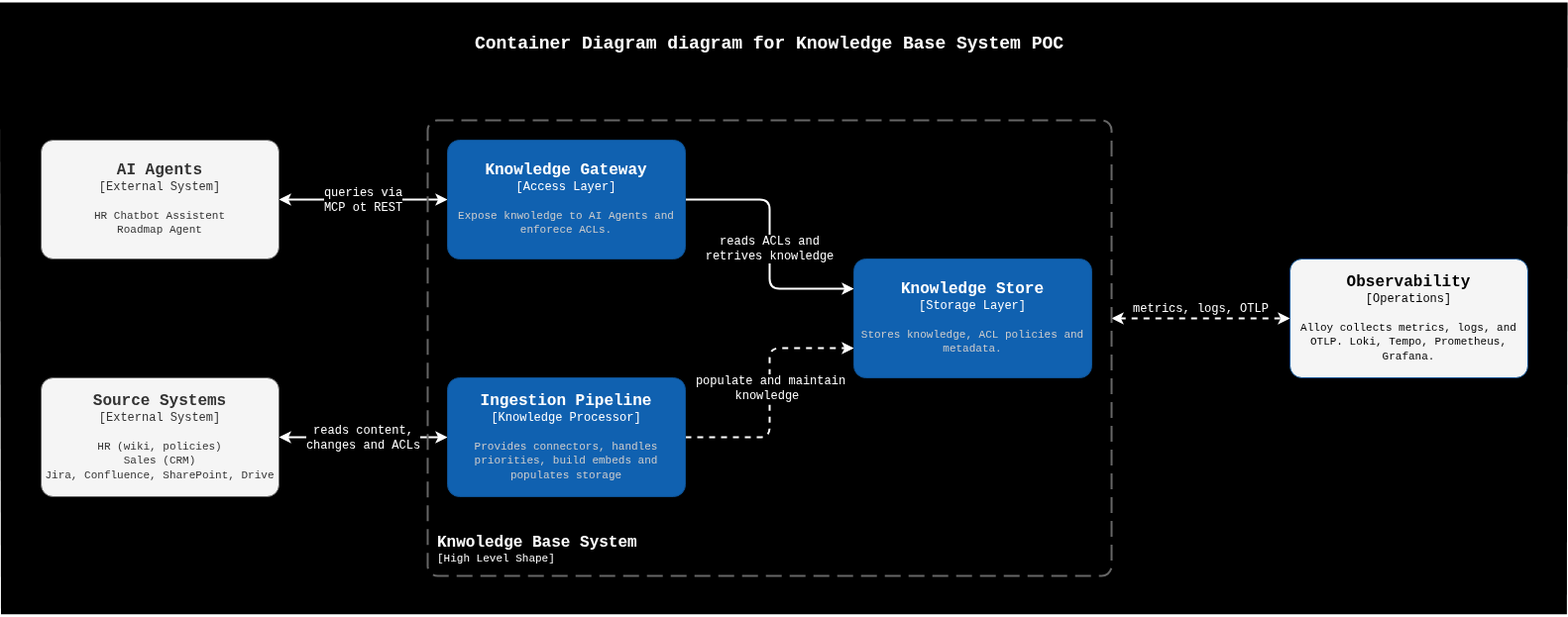
Before: _docs/99--dagrams/00-c4-l2--container-diagram--knowledge-base-system.png, a diagram exported from draw.io (paulAlexSerban/prj--knowledge-base-system). Source tidied: cells renumbered, new cells last; positions are measured from the earlier drawing's top-left corner, leaving out a move shared by most shapes.
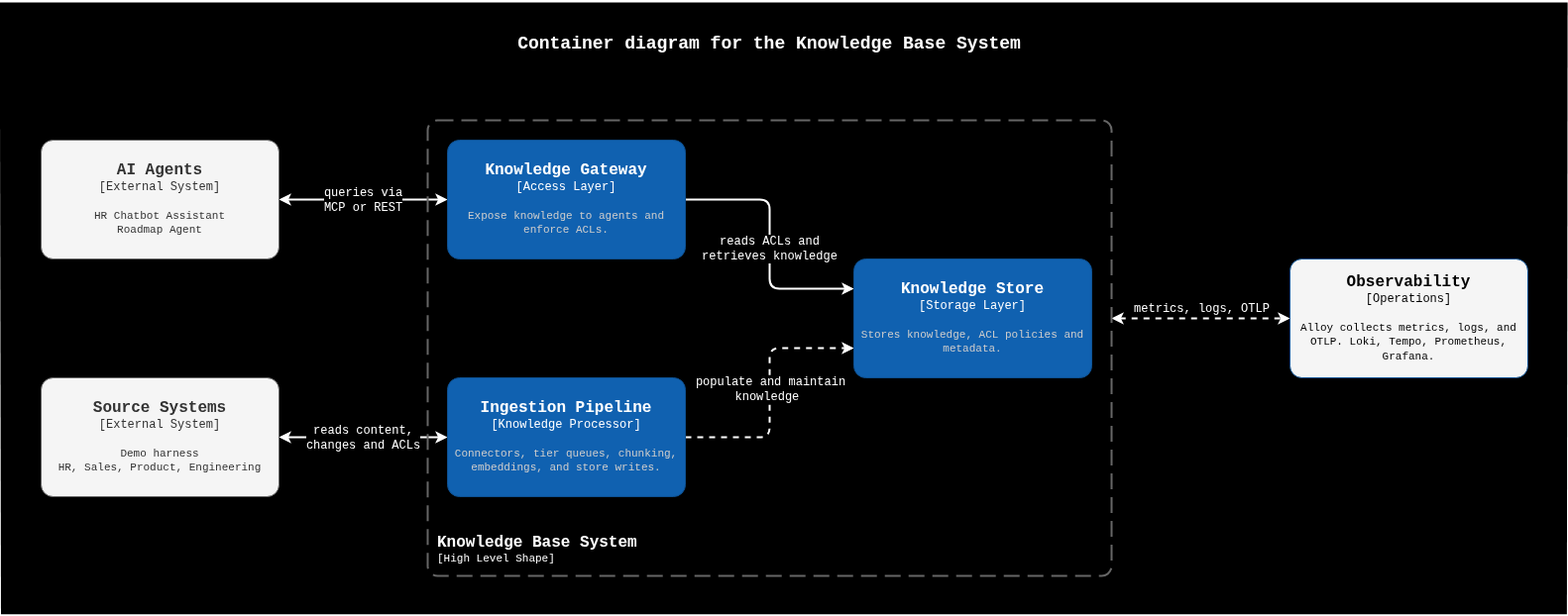
Above is the later version.

The edit, as a diff of the source:
```diff
@@ -8,10 +8,10 @@
     <mxCell id="3" style="edgeStyle=none;html=1;startArrow=classic;startFill=1;strokeWidth=2;strokeColor=#FFFFFF;entryX=0;entryY=0.5;entryDx=0;entryDy=0;entryPerimeter=0;fontFamily=Courier New;" parent="1" edge="1" source="5" target="14">
       <mxGeometry relative="1" as="geometry" />
     </mxCell>
-    <mxCell id="4" value="queries via&lt;br style=&quot;font-size: 12px;&quot;&gt;MCP ot REST" style="edgeLabel;html=1;align=center;verticalAlign=middle;labelBackgroundColor=#000000;fontColor=#FFFFFF;fontFamily=Courier New;fontSize=12;" parent="3" vertex="1">
+    <mxCell id="4" value="queries via&lt;br style=&quot;font-size: 12px;&quot;&gt;MCP or REST" style="edgeLabel;html=1;align=center;verticalAlign=middle;labelBackgroundColor=#000000;fontColor=#FFFFFF;fontFamily=Courier New;fontSize=12;" parent="3" vertex="1">
       <mxGeometry x="-0.01" relative="1" as="geometry" />
     </mxCell>
-    <object id="5" label="&lt;font style=&quot;font-size: 16px&quot;&gt;&lt;b&gt;%c4Name%&lt;/b&gt;&lt;/font&gt;&lt;div&gt;[%c4Type%]&lt;/div&gt;&lt;br&gt;&lt;div&gt;&lt;font style=&quot;font-size: 11px&quot;&gt;&lt;font&gt;%c4Description%&lt;/font&gt;&lt;/font&gt;&lt;/div&gt;" c4Description="HR Chatbot Assistent&#10;Roadmap Agent" c4Name="AI Agents" c4Type="External System" placeholders="1">
+    <object id="5" label="&lt;font style=&quot;font-size: 16px&quot;&gt;&lt;b&gt;%c4Name%&lt;/b&gt;&lt;/font&gt;&lt;div&gt;[%c4Type%]&lt;/div&gt;&lt;br&gt;&lt;div&gt;&lt;font style=&quot;font-size: 11px&quot;&gt;&lt;font&gt;%c4Description%&lt;/font&gt;&lt;/font&gt;&lt;/div&gt;" c4Description="HR Chatbot Assistant&#10;Roadmap Agent" c4Name="AI Agents" c4Type="External System" placeholders="1">
       <mxCell style="rounded=1;whiteSpace=wrap;html=1;labelBackgroundColor=none;fillColor=#f5f5f5;align=center;arcSize=10;strokeColor=#666666;points=[[0.25,0,0],[0.5,0,0],[0.75,0,0],[1,0.25,0],[1,0.5,0],[1,0.75,0],[0.75,1,0],[0.5,1,0],[0.25,1,0],[0,0.75,0],[0,0.5,0],[0,0.25,0]];strokeWidth=1;fillStyle=solid;fontColor=#333333;fontFamily=Courier New;" parent="1" vertex="1">
         <mxGeometry x="40" y="140" width="240" height="120" as="geometry" />
       </mxCell>
@@ -22,18 +22,18 @@
     <mxCell id="7" value="reads content, &lt;br style=&quot;font-size: 12px;&quot;&gt;changes and ACLs" style="edgeLabel;html=1;align=center;verticalAlign=middle;labelBackgroundColor=#000000;fontColor=#FFFFFF;fontFamily=Courier New;fontSize=12;" parent="6" vertex="1">
       <mxGeometry x="0.01" relative="1" as="geometry" />
     </mxCell>
-    <object id="8" label="&lt;font style=&quot;font-size: 16px&quot;&gt;&lt;b&gt;%c4Name%&lt;/b&gt;&lt;/font&gt;&lt;div&gt;[%c4Type%]&lt;/div&gt;&lt;br&gt;&lt;div&gt;&lt;font style=&quot;font-size: 11px&quot;&gt;&lt;font&gt;%c4Description%&lt;/font&gt;&lt;/font&gt;&lt;/div&gt;" c4Description="HR (wiki, policies)&#10;Sales (CRM)&#10;Jira, Confluence, SharePoint, Drive" c4Name="Source Systems" c4Type="External System" placeholders="1">
+    <object id="8" label="&lt;font style=&quot;font-size: 16px&quot;&gt;&lt;b&gt;%c4Name%&lt;/b&gt;&lt;/font&gt;&lt;div&gt;[%c4Type%]&lt;/div&gt;&lt;br&gt;&lt;div&gt;&lt;font style=&quot;font-size: 11px&quot;&gt;&lt;font&gt;%c4Description%&lt;/font&gt;&lt;/font&gt;&lt;/div&gt;" c4Description="Demo harness&#10;HR, Sales, Product, Engineering" c4Name="Source Systems" c4Type="External System" placeholders="1">
       <mxCell style="rounded=1;whiteSpace=wrap;html=1;labelBackgroundColor=none;fillColor=#f5f5f5;align=center;arcSize=10;strokeColor=#666666;points=[[0.25,0,0],[0.5,0,0],[0.75,0,0],[1,0.25,0],[1,0.5,0],[1,0.75,0],[0.75,1,0],[0.5,1,0],[0.25,1,0],[0,0.75,0],[0,0.5,0],[0,0.25,0]];strokeWidth=1;fillStyle=solid;fontColor=#333333;fontFamily=Courier New;" parent="1" vertex="1">
         <mxGeometry x="40" y="380" width="240" height="120" as="geometry" />
       </mxCell>
     </object>
-    <mxCell id="9" value="Container Diagram diagram for Knowledge Base System POC" style="text;align=center;verticalAlign=middle;fontStyle=1;fontSize=18;fontFamily=Courier New;fontColor=#FFFFFF;" parent="1" vertex="1">
+    <mxCell id="9" value="Container diagram for the Knowledge Base System" style="text;align=center;verticalAlign=middle;fontStyle=1;fontSize=18;fontFamily=Courier New;fontColor=#FFFFFF;" parent="1" vertex="1">
       <mxGeometry x="465" y="20" width="620" height="40" as="geometry" />
     </mxCell>
     <mxCell id="10" style="edgeStyle=orthogonalEdgeStyle;html=1;entryX=0;entryY=0.25;entryDx=0;entryDy=0;entryPerimeter=0;strokeWidth=2;exitX=1;exitY=0.5;exitDx=0;exitDy=0;exitPerimeter=0;fontFamily=Courier New;fontColor=#FFFFFF;strokeColor=#FFFFFF;" parent="1" edge="1" source="14" target="16">
       <mxGeometry relative="1" as="geometry" />
     </mxCell>
-    <mxCell id="11" value="reads ACLs and&lt;br style=&quot;font-size: 12px;&quot;&gt;retrives knowledge" style="edgeLabel;html=1;align=center;verticalAlign=middle;fontFamily=Courier New;fontSize=12;labelBackgroundColor=#000000;fontColor=#FFFFFF;" parent="10" vertex="1">
+    <mxCell id="11" value="reads ACLs and&lt;br style=&quot;font-size: 12px;&quot;&gt;retrieves knowledge" style="edgeLabel;html=1;align=center;verticalAlign=middle;fontFamily=Courier New;fontSize=12;labelBackgroundColor=#000000;fontColor=#FFFFFF;" parent="10" vertex="1">
       <mxGeometry x="-0.16" y="-1" relative="1" as="geometry">
         <mxPoint y="25" as="offset" />
       </mxGeometry>
@@ -46,12 +46,12 @@
         <mxPoint x="1" y="-45" as="offset" />
       </mxGeometry>
     </mxCell>
-    <object id="14" label="&lt;font style=&quot;font-size: 16px&quot;&gt;&lt;b&gt;%c4Name%&lt;/b&gt;&lt;/font&gt;&lt;div&gt;[%c4Type%]&lt;/div&gt;&lt;br&gt;&lt;div&gt;&lt;font style=&quot;font-size: 11px&quot;&gt;&lt;font color=&quot;#cccccc&quot;&gt;%c4Description%&lt;/font&gt;&lt;/font&gt;&lt;/div&gt;" c4Description="Expose knwoledge to AI Agents and enforece ACLs." c4Name="Knowledge Gateway" c4Type="Access Layer" placeholders="1">
+    <object id="14" label="&lt;font style=&quot;font-size: 16px&quot;&gt;&lt;b&gt;%c4Name%&lt;/b&gt;&lt;/font&gt;&lt;div&gt;[%c4Type%]&lt;/div&gt;&lt;br&gt;&lt;div&gt;&lt;font style=&quot;font-size: 11px&quot;&gt;&lt;font color=&quot;#cccccc&quot;&gt;%c4Description%&lt;/font&gt;&lt;/font&gt;&lt;/div&gt;" c4Description="Expose knowledge to agents and enforce ACLs." c4Name="Knowledge Gateway" c4Type="Access Layer" placeholders="1">
       <mxCell style="rounded=1;whiteSpace=wrap;html=1;labelBackgroundColor=none;fillColor=#1061B0;fontColor=#ffffff;align=center;arcSize=10;strokeColor=#0D5091;points=[[0.25,0,0],[0.5,0,0],[0.75,0,0],[1,0.25,0],[1,0.5,0],[1,0.75,0],[0.75,1,0],[0.5,1,0],[0.25,1,0],[0,0.75,0],[0,0.5,0],[0,0.25,0]];fontFamily=Courier New;fillStyle=solid;" parent="1" vertex="1">
         <mxGeometry x="450" y="140" width="240" height="120" as="geometry" />
       </mxCell>
     </object>
-    <object id="15" label="&lt;font style=&quot;font-size: 16px&quot;&gt;&lt;b&gt;%c4Name%&lt;/b&gt;&lt;/font&gt;&lt;div&gt;[%c4Type%]&lt;/div&gt;&lt;br&gt;&lt;div&gt;&lt;font style=&quot;font-size: 11px&quot;&gt;&lt;font color=&quot;#cccccc&quot;&gt;%c4Description%&lt;/font&gt;&lt;/font&gt;&lt;/div&gt;" c4Description="Provides connectors, handles priorities, build embeds and populates storage" c4Name="Ingestion Pipeline" c4Type="Knowledge Processor" placeholders="1">
+    <object id="15" label="&lt;font style=&quot;font-size: 16px&quot;&gt;&lt;b&gt;%c4Name%&lt;/b&gt;&lt;/font&gt;&lt;div&gt;[%c4Type%]&lt;/div&gt;&lt;br&gt;&lt;div&gt;&lt;font style=&quot;font-size: 11px&quot;&gt;&lt;font color=&quot;#cccccc&quot;&gt;%c4Description%&lt;/font&gt;&lt;/font&gt;&lt;/div&gt;" c4Description="Connectors, tier queues, chunking, embeddings, and store writes." c4Name="Ingestion Pipeline" c4Type="Knowledge Processor" placeholders="1">
       <mxCell style="rounded=1;whiteSpace=wrap;html=1;labelBackgroundColor=none;fillColor=#1061B0;fontColor=#ffffff;align=center;arcSize=10;strokeColor=#0D5091;points=[[0.25,0,0],[0.5,0,0],[0.75,0,0],[1,0.25,0],[1,0.5,0],[1,0.75,0],[0.75,1,0],[0.5,1,0],[0.25,1,0],[0,0.75,0],[0,0.5,0],[0,0.25,0]];fontFamily=Courier New;fillStyle=solid;" parent="1" vertex="1">
         <mxGeometry x="450" y="380" width="240" height="120" as="geometry" />
       </mxCell>
@@ -76,7 +76,7 @@
         <mxPoint x="18" y="-10" as="offset" />
       </mxGeometry>
     </mxCell>
-    <object id="20" label="&lt;font style=&quot;font-size: 16px&quot;&gt;&lt;b&gt;&lt;div style=&quot;text-align: left&quot;&gt;%c4Name%&lt;/div&gt;&lt;/b&gt;&lt;/font&gt;&lt;div style=&quot;text-align: left&quot;&gt;[%c4Application%]&lt;/div&gt;" c4Application="High Level Shape" c4Name="Knwoledge Base System" c4Type="ContainerScopeBoundary" placeholders="1">
+    <object id="20" label="&lt;font style=&quot;font-size: 16px&quot;&gt;&lt;b&gt;&lt;div style=&quot;text-align: left&quot;&gt;%c4Name%&lt;/div&gt;&lt;/b&gt;&lt;/font&gt;&lt;div style=&quot;text-align: left&quot;&gt;[%c4Application%]&lt;/div&gt;" c4Application="High Level Shape" c4Name="Knowledge Base System" c4Type="ContainerScopeBoundary" placeholders="1">
       <mxCell style="rounded=1;fontSize=11;whiteSpace=wrap;html=1;dashed=1;arcSize=20;fillColor=none;strokeColor=#666666;fontColor=#FFFFFF;labelBackgroundColor=none;align=left;verticalAlign=bottom;labelBorderColor=none;spacingTop=0;spacing=10;dashPattern=8 4;perimeter=rectanglePerimeter;labelPadding=0;absoluteArcSize=1;fontFamily=Courier New;strokeWidth=2;" parent="1" vertex="1">
         <mxGeometry x="430" y="120" width="690" height="460" as="geometry" />
       </mxCell>
```
